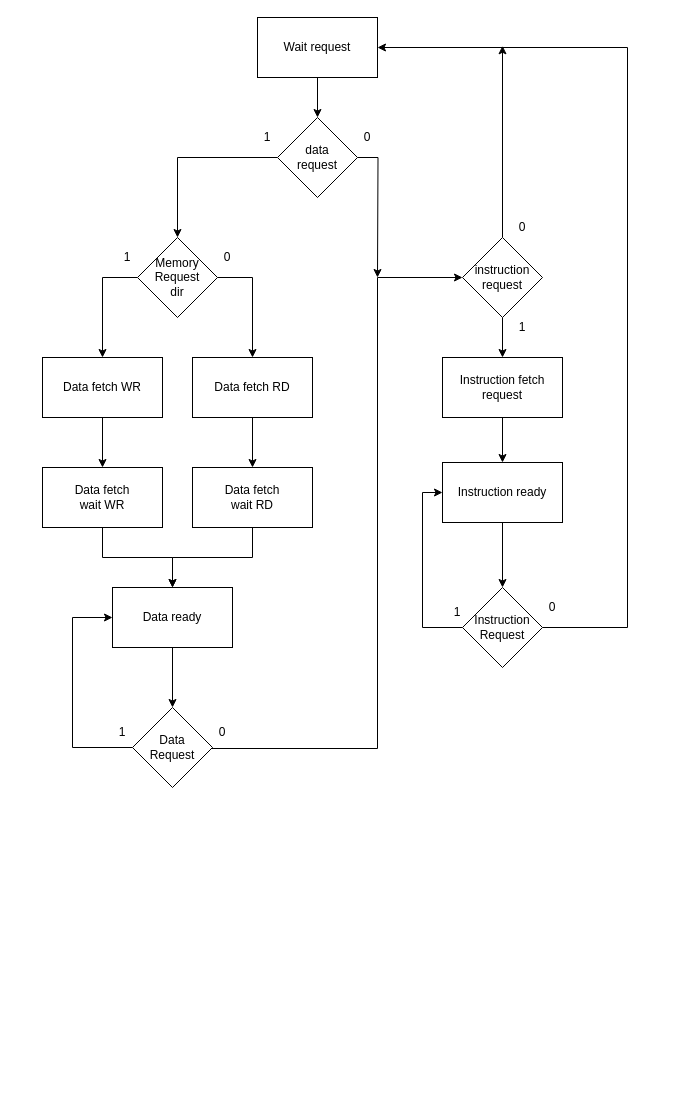
Above: diagrams/memory_manager.drawio in vittorio01/CustomCPU (draw.io), before the change. Source tidied: cells renumbered, new cells numbered last; positions are measured from the earlier drawing's top-left corner, leaving out a move shared by most shapes. Both pictures are drawn from the tidied source at 100%, with x=0, y=0 at pixel (42, 17).
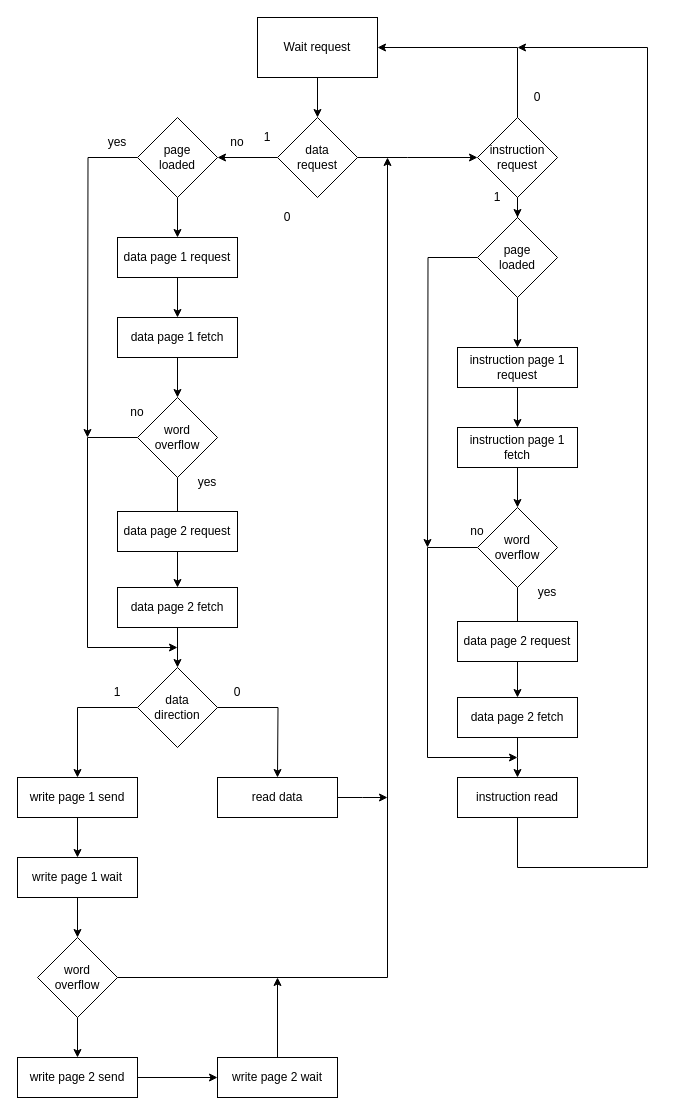
Above is the later version.

Unchanged cells that the change refers to:
```xml
<mxCell id="3" value="Wait request" style="rounded=0;whiteSpace=wrap;html=1;" parent="1" vertex="1">
  <mxGeometry x="215" width="120" height="60" as="geometry" />
</mxCell>
<mxCell id="6" value="&lt;div&gt;data&lt;/div&gt;&lt;div&gt;request&lt;/div&gt;" style="rhombus;whiteSpace=wrap;html=1;" parent="1" vertex="1">
  <mxGeometry x="235" y="100" width="80" height="80" as="geometry" />
</mxCell>
```

Diff of the diagram source:
```diff
@@
-    <mxCell id="4" style="edgeStyle=orthogonalEdgeStyle;rounded=0;jettySize=auto;html=1;" parent="1" edge="1" source="6" target="17">
-      <mxGeometry relative="1" as="geometry" />
-    </mxCell>
     <mxCell id="5" style="edgeStyle=orthogonalEdgeStyle;rounded=0;jettySize=auto;html=1;" parent="1" edge="1" source="6">
       <mxGeometry relative="1" as="geometry">
-        <mxPoint x="335" y="260" as="targetPoint" />
+        <mxPoint x="435" y="140" as="targetPoint" />
+        <Array as="points">
+          <mxPoint x="365" y="140" />
+          <mxPoint x="365" y="140" />
+        </Array>
       </mxGeometry>
     </mxCell>
+    <mxCell id="43" style="edgeStyle=orthogonalEdgeStyle;rounded=0;jettySize=auto;html=1;entryX=1;entryY=0.5;entryDx=0;entryDy=0;" parent="1" edge="1" source="6" target="92">
+      <mxGeometry relative="1" as="geometry" />
+    </mxCell>
@@
-    <mxCell id="7" style="edgeStyle=orthogonalEdgeStyle;rounded=0;jettySize=auto;html=1;" parent="1" edge="1" source="8" target="10">
-      <mxGeometry relative="1" as="geometry" />
-    </mxCell>
-    <mxCell id="8" value="&lt;div&gt;Instruction fetch&lt;/div&gt;&lt;div&gt;request&lt;br&gt;&lt;/div&gt;" style="rounded=0;whiteSpace=wrap;html=1;" parent="1" vertex="1">
-      <mxGeometry x="400" y="340" width="120" height="60" as="geometry" />
-    </mxCell>
-    <mxCell id="9" style="edgeStyle=orthogonalEdgeStyle;rounded=0;jettySize=auto;html=1;" parent="1" edge="1" source="10" target="13">
-      <mxGeometry relative="1" as="geometry" />
-    </mxCell>
-    <mxCell id="10" value="&lt;div&gt;Instruction ready&lt;br&gt;&lt;/div&gt;" style="whiteSpace=wrap;html=1;rounded=0;" parent="1" vertex="1">
-      <mxGeometry x="400" y="445" width="120" height="60" as="geometry" />
-    </mxCell>
-    <mxCell id="11" style="edgeStyle=orthogonalEdgeStyle;rounded=0;jettySize=auto;html=1;" parent="1" edge="1" source="13">
-      <mxGeometry relative="1" as="geometry">
-        <mxPoint x="400" y="475" as="targetPoint" />
-        <Array as="points">
-          <mxPoint x="380" y="610" />
-          <mxPoint x="380" y="475" />
-        </Array>
-      </mxGeometry>
-    </mxCell>
-    <mxCell id="12" style="edgeStyle=orthogonalEdgeStyle;rounded=0;jettySize=auto;html=1;" parent="1" edge="1" source="13">
-      <mxGeometry relative="1" as="geometry">
-        <mxPoint x="460" y="28.3" as="targetPoint" />
-        <Array as="points">
-          <mxPoint x="585" y="610" />
-          <mxPoint x="585" y="30" />
-          <mxPoint x="460" y="30" />
-        </Array>
-      </mxGeometry>
-    </mxCell>
-    <mxCell id="13" value="&lt;div&gt;Instruction&lt;/div&gt;&lt;div&gt;Request&lt;br&gt;&lt;/div&gt;" style="rhombus;whiteSpace=wrap;html=1;" parent="1" vertex="1">
-      <mxGeometry x="420" y="570" width="80" height="80" as="geometry" />
-    </mxCell>
-    <mxCell id="14" value="1" style="text;html=1;strokeColor=none;fillColor=none;align=center;verticalAlign=middle;whiteSpace=wrap;rounded=0;" parent="1" vertex="1">
-      <mxGeometry x="385" y="580" width="60" height="30" as="geometry" />
-    </mxCell>
-    <mxCell id="15" style="edgeStyle=orthogonalEdgeStyle;rounded=0;jettySize=auto;html=1;entryX=0.5;entryY=0;entryDx=0;entryDy=0;" parent="1" edge="1" source="17" target="19">
-      <mxGeometry relative="1" as="geometry">
-        <Array as="points">
-          <mxPoint x="60" y="260" />
-        </Array>
-      </mxGeometry>
-    </mxCell>
-    <mxCell id="16" style="edgeStyle=orthogonalEdgeStyle;rounded=0;jettySize=auto;html=1;" parent="1" edge="1" source="17" target="21">
-      <mxGeometry relative="1" as="geometry">
-        <Array as="points">
-          <mxPoint x="210" y="260" />
-        </Array>
-      </mxGeometry>
-    </mxCell>
-    <mxCell id="17" value="&lt;div&gt;Memory &lt;br&gt;&lt;/div&gt;&lt;div&gt;Request&lt;/div&gt;&lt;div&gt;dir&lt;br&gt;&lt;/div&gt;" style="rhombus;whiteSpace=wrap;html=1;" parent="1" vertex="1">
-      <mxGeometry x="95" y="220" width="80" height="80" as="geometry" />
-    </mxCell>
-    <mxCell id="18" style="edgeStyle=orthogonalEdgeStyle;rounded=0;jettySize=auto;html=1;" parent="1" edge="1" source="19" target="33">
-      <mxGeometry relative="1" as="geometry" />
-    </mxCell>
-    <mxCell id="19" value="Data fetch WR" style="rounded=0;whiteSpace=wrap;html=1;" parent="1" vertex="1">
-      <mxGeometry y="340" width="120" height="60" as="geometry" />
-    </mxCell>
-    <mxCell id="20" style="edgeStyle=orthogonalEdgeStyle;rounded=0;jettySize=auto;html=1;" parent="1" edge="1" source="21" target="35">
-      <mxGeometry relative="1" as="geometry" />
-    </mxCell>
-    <mxCell id="21" value="Data fetch RD" style="rounded=0;whiteSpace=wrap;html=1;" parent="1" vertex="1">
-      <mxGeometry x="150" y="340" width="120" height="60" as="geometry" />
-    </mxCell>
-    <mxCell id="22" style="edgeStyle=orthogonalEdgeStyle;rounded=0;jettySize=auto;html=1;entryX=0.5;entryY=0;entryDx=0;entryDy=0;" parent="1" edge="1" source="23" target="26">
-      <mxGeometry relative="1" as="geometry" />
-    </mxCell>
-    <mxCell id="23" value="Data ready" style="rounded=0;whiteSpace=wrap;html=1;" parent="1" vertex="1">
-      <mxGeometry x="70" y="570" width="120" height="60" as="geometry" />
-    </mxCell>
-    <mxCell id="24" style="edgeStyle=orthogonalEdgeStyle;rounded=0;jettySize=auto;html=1;entryX=0;entryY=0.5;entryDx=0;entryDy=0;" parent="1" edge="1" source="26" target="23">
-      <mxGeometry relative="1" as="geometry">
-        <Array as="points">
-          <mxPoint x="30" y="730" />
-          <mxPoint x="30" y="600" />
-        </Array>
-      </mxGeometry>
-    </mxCell>
-    <mxCell id="25" style="edgeStyle=orthogonalEdgeStyle;rounded=0;jettySize=auto;html=1;entryX=0;entryY=0.5;entryDx=0;entryDy=0;" parent="1" edge="1" target="31">
-      <mxGeometry relative="1" as="geometry">
-        <mxPoint x="110" y="730" as="sourcePoint" />
-        <Array as="points">
-          <mxPoint x="335" y="731" />
-          <mxPoint x="335" y="260" />
-        </Array>
-      </mxGeometry>
-    </mxCell>
-    <mxCell id="26" value="&lt;div&gt;Data&lt;/div&gt;&lt;div&gt;Request&lt;br&gt;&lt;/div&gt;" style="rhombus;whiteSpace=wrap;html=1;" parent="1" vertex="1">
-      <mxGeometry x="90" y="690" width="80" height="80" as="geometry" />
-    </mxCell>
-    <mxCell id="27" value="0" style="text;html=1;strokeColor=none;fillColor=none;align=center;verticalAlign=middle;whiteSpace=wrap;rounded=0;" parent="1" vertex="1">
-      <mxGeometry x="150" y="700" width="60" height="30" as="geometry" />
-    </mxCell>
-    <mxCell id="28" value="1" style="text;html=1;strokeColor=none;fillColor=none;align=center;verticalAlign=middle;whiteSpace=wrap;rounded=0;" parent="1" vertex="1">
-      <mxGeometry x="50" y="700" width="60" height="30" as="geometry" />
-    </mxCell>
-    <mxCell id="29" style="edgeStyle=orthogonalEdgeStyle;rounded=0;jettySize=auto;html=1;" parent="1" edge="1" source="31" target="8">
-      <mxGeometry relative="1" as="geometry" />
-    </mxCell>
     <mxCell id="30" style="edgeStyle=orthogonalEdgeStyle;rounded=0;jettySize=auto;html=1;" parent="1" edge="1" source="31" target="3">
       <mxGeometry relative="1" as="geometry">
         <Array as="points">
-          <mxPoint x="460" y="30" />
+          <mxPoint x="475" y="30" />
         </Array>
       </mxGeometry>
     </mxCell>
+    <mxCell id="44" style="edgeStyle=orthogonalEdgeStyle;rounded=0;jettySize=auto;html=1;exitX=0.5;exitY=1;exitDx=0;exitDy=0;" parent="1" edge="1" source="96" target="77">
+      <mxGeometry relative="1" as="geometry" />
+    </mxCell>
+    <mxCell id="45" style="edgeStyle=orthogonalEdgeStyle;rounded=0;jettySize=auto;html=1;" parent="1" edge="1" source="31" target="96">
+      <mxGeometry relative="1" as="geometry" />
+    </mxCell>
     <mxCell id="31" value="&lt;div&gt;instruction&lt;/div&gt;&lt;div&gt;request&lt;br&gt;&lt;/div&gt;" style="rhombus;whiteSpace=wrap;html=1;" parent="1" vertex="1">
-      <mxGeometry x="420" y="220" width="80" height="80" as="geometry" />
+      <mxGeometry x="435" y="100" width="80" height="80" as="geometry" />
     </mxCell>
-    <mxCell id="32" style="edgeStyle=orthogonalEdgeStyle;rounded=0;jettySize=auto;html=1;" parent="1" edge="1" source="33" target="23">
-      <mxGeometry relative="1" as="geometry" />
-    </mxCell>
-    <mxCell id="33" value="&lt;div&gt;Data fetch&lt;/div&gt;&lt;div&gt;wait WR&lt;br&gt;&lt;/div&gt;" style="rounded=0;whiteSpace=wrap;html=1;" parent="1" vertex="1">
-      <mxGeometry y="450" width="120" height="60" as="geometry" />
-    </mxCell>
-    <mxCell id="34" style="edgeStyle=orthogonalEdgeStyle;rounded=0;jettySize=auto;html=1;" parent="1" edge="1" source="35" target="23">
-      <mxGeometry relative="1" as="geometry" />
-    </mxCell>
-    <mxCell id="35" value="&lt;div&gt;Data fetch&lt;/div&gt;&lt;div&gt;wait RD&lt;br&gt;&lt;/div&gt;" style="rounded=0;whiteSpace=wrap;html=1;" parent="1" vertex="1">
-      <mxGeometry x="150" y="450" width="120" height="60" as="geometry" />
-    </mxCell>
@@
     <mxCell id="37" value="0" style="text;html=1;strokeColor=none;fillColor=none;align=center;verticalAlign=middle;whiteSpace=wrap;rounded=0;" parent="1" vertex="1">
-      <mxGeometry x="315" y="110" width="20" height="20" as="geometry" />
+      <mxGeometry x="235" y="190" width="20" height="20" as="geometry" />
     </mxCell>
-    <mxCell id="38" value="1" style="text;html=1;strokeColor=none;fillColor=none;align=center;verticalAlign=middle;whiteSpace=wrap;rounded=0;" parent="1" vertex="1">
-      <mxGeometry x="75" y="230" width="20" height="20" as="geometry" />
-    </mxCell>
-    <mxCell id="39" value="0" style="text;html=1;strokeColor=none;fillColor=none;align=center;verticalAlign=middle;whiteSpace=wrap;rounded=0;" parent="1" vertex="1">
-      <mxGeometry x="175" y="230" width="20" height="20" as="geometry" />
-    </mxCell>
     <mxCell id="40" value="0" style="text;html=1;strokeColor=none;fillColor=none;align=center;verticalAlign=middle;whiteSpace=wrap;rounded=0;" parent="1" vertex="1">
-      <mxGeometry x="470" y="200" width="20" height="20" as="geometry" />
+      <mxGeometry x="485" y="70" width="20" height="20" as="geometry" />
     </mxCell>
     <mxCell id="41" value="1" style="text;html=1;strokeColor=none;fillColor=none;align=center;verticalAlign=middle;whiteSpace=wrap;rounded=0;" parent="1" vertex="1">
-      <mxGeometry x="470" y="300" width="20" height="20" as="geometry" />
+      <mxGeometry x="445" y="170" width="20" height="20" as="geometry" />
     </mxCell>
-    <mxCell id="42" value="0" style="text;html=1;strokeColor=none;fillColor=none;align=center;verticalAlign=middle;whiteSpace=wrap;rounded=0;" parent="1" vertex="1">
-      <mxGeometry x="500" y="580" width="20" height="20" as="geometry" />
-    </mxCell>
+    <mxCell id="46" style="edgeStyle=orthogonalEdgeStyle;rounded=0;jettySize=auto;html=1;" parent="1" edge="1" source="47" target="49">
+      <mxGeometry relative="1" as="geometry" />
+    </mxCell>
+    <mxCell id="47" value="data page 1 request" style="rounded=0;whiteSpace=wrap;html=1;" parent="1" vertex="1">
+      <mxGeometry x="75" y="220" width="120" height="40" as="geometry" />
+    </mxCell>
+    <mxCell id="48" style="edgeStyle=orthogonalEdgeStyle;rounded=0;jettySize=auto;html=1;" parent="1" edge="1" source="49" target="52">
+      <mxGeometry relative="1" as="geometry" />
+    </mxCell>
+    <mxCell id="49" value="data page 1 fetch" style="rounded=0;whiteSpace=wrap;html=1;" parent="1" vertex="1">
+      <mxGeometry x="75" y="300" width="120" height="40" as="geometry" />
+    </mxCell>
+    <mxCell id="50" style="edgeStyle=orthogonalEdgeStyle;rounded=0;jettySize=auto;html=1;" parent="1" edge="1" source="52" target="55">
+      <mxGeometry relative="1" as="geometry" />
+    </mxCell>
+    <mxCell id="51" style="edgeStyle=orthogonalEdgeStyle;rounded=0;jettySize=auto;html=1;" parent="1" edge="1" source="52">
+      <mxGeometry relative="1" as="geometry">
+        <mxPoint x="135" y="630" as="targetPoint" />
+        <Array as="points">
+          <mxPoint x="45" y="420" />
+          <mxPoint x="45" y="630" />
+        </Array>
+      </mxGeometry>
+    </mxCell>
+    <mxCell id="52" value="&lt;div&gt;word&lt;/div&gt;&lt;div&gt;overflow&lt;br&gt;&lt;/div&gt;" style="rhombus;whiteSpace=wrap;html=1;" parent="1" vertex="1">
+      <mxGeometry x="95" y="380" width="80" height="80" as="geometry" />
+    </mxCell>
+    <mxCell id="53" value="data page 2 request" style="rounded=0;whiteSpace=wrap;html=1;" parent="1" vertex="1">
+      <mxGeometry x="75" y="494" width="120" height="40" as="geometry" />
+    </mxCell>
+    <mxCell id="54" style="edgeStyle=orthogonalEdgeStyle;rounded=0;jettySize=auto;html=1;" parent="1" edge="1" source="55" target="58">
+      <mxGeometry relative="1" as="geometry" />
+    </mxCell>
+    <mxCell id="55" value="data page 2 fetch" style="rounded=0;whiteSpace=wrap;html=1;" parent="1" vertex="1">
+      <mxGeometry x="75" y="570" width="120" height="40" as="geometry" />
+    </mxCell>
+    <mxCell id="56" style="edgeStyle=orthogonalEdgeStyle;rounded=0;jettySize=auto;html=1;" parent="1" edge="1" source="58">
+      <mxGeometry relative="1" as="geometry">
+        <mxPoint x="235" y="760" as="targetPoint" />
+      </mxGeometry>
+    </mxCell>
+    <mxCell id="57" style="edgeStyle=orthogonalEdgeStyle;rounded=0;jettySize=auto;html=1;entryX=0.5;entryY=0;entryDx=0;entryDy=0;entryPerimeter=0;" parent="1" edge="1" source="58" target="60">
+      <mxGeometry relative="1" as="geometry">
+        <Array as="points">
+          <mxPoint x="35" y="690" />
+        </Array>
+      </mxGeometry>
+    </mxCell>
+    <mxCell id="58" value="&lt;div&gt;data &lt;br&gt;&lt;/div&gt;&lt;div&gt;direction&lt;br&gt;&lt;/div&gt;" style="rhombus;whiteSpace=wrap;html=1;" parent="1" vertex="1">
+      <mxGeometry x="95" y="650" width="80" height="80" as="geometry" />
+    </mxCell>
+    <mxCell id="59" style="edgeStyle=orthogonalEdgeStyle;rounded=0;jettySize=auto;html=1;" parent="1" edge="1" source="60" target="68">
+      <mxGeometry relative="1" as="geometry" />
+    </mxCell>
+    <mxCell id="60" value="write page 1 send" style="rounded=0;whiteSpace=wrap;html=1;" parent="1" vertex="1">
+      <mxGeometry x="-25" y="760" width="120" height="40" as="geometry" />
+    </mxCell>
+    <mxCell id="61" style="edgeStyle=orthogonalEdgeStyle;rounded=0;jettySize=auto;html=1;" parent="1" edge="1" source="62">
+      <mxGeometry relative="1" as="geometry">
+        <mxPoint x="345" y="780" as="targetPoint" />
+      </mxGeometry>
+    </mxCell>
+    <mxCell id="62" value="read data" style="rounded=0;whiteSpace=wrap;html=1;" parent="1" vertex="1">
+      <mxGeometry x="175" y="760" width="120" height="40" as="geometry" />
+    </mxCell>
+    <mxCell id="63" value="yes" style="text;html=1;strokeColor=none;fillColor=none;align=center;verticalAlign=middle;whiteSpace=wrap;rounded=0;" parent="1" vertex="1">
+      <mxGeometry x="135" y="450" width="60" height="30" as="geometry" />
+    </mxCell>
+    <mxCell id="64" value="no" style="text;html=1;strokeColor=none;fillColor=none;align=center;verticalAlign=middle;whiteSpace=wrap;rounded=0;" parent="1" vertex="1">
+      <mxGeometry x="65" y="380" width="60" height="30" as="geometry" />
+    </mxCell>
+    <mxCell id="65" value="1" style="text;html=1;strokeColor=none;fillColor=none;align=center;verticalAlign=middle;whiteSpace=wrap;rounded=0;" parent="1" vertex="1">
+      <mxGeometry x="45" y="660" width="60" height="30" as="geometry" />
+    </mxCell>
+    <mxCell id="66" value="0" style="text;html=1;strokeColor=none;fillColor=none;align=center;verticalAlign=middle;whiteSpace=wrap;rounded=0;" parent="1" vertex="1">
+      <mxGeometry x="165" y="660" width="60" height="30" as="geometry" />
+    </mxCell>
+    <mxCell id="67" style="edgeStyle=orthogonalEdgeStyle;rounded=0;jettySize=auto;html=1;" parent="1" edge="1" source="68" target="71">
+      <mxGeometry relative="1" as="geometry" />
+    </mxCell>
+    <mxCell id="68" value="write page 1 wait" style="rounded=0;whiteSpace=wrap;html=1;" parent="1" vertex="1">
+      <mxGeometry x="-25" y="840" width="120" height="40" as="geometry" />
+    </mxCell>
+    <mxCell id="69" style="edgeStyle=orthogonalEdgeStyle;rounded=0;jettySize=auto;html=1;" parent="1" edge="1" source="71" target="73">
+      <mxGeometry relative="1" as="geometry" />
+    </mxCell>
+    <mxCell id="70" style="edgeStyle=orthogonalEdgeStyle;rounded=0;jettySize=auto;html=1;" parent="1" edge="1" source="71">
+      <mxGeometry relative="1" as="geometry">
+        <mxPoint x="345" y="140" as="targetPoint" />
+        <Array as="points">
+          <mxPoint x="345" y="960" />
+        </Array>
+      </mxGeometry>
+    </mxCell>
+    <mxCell id="71" value="&lt;div&gt;word &lt;br&gt;&lt;/div&gt;&lt;div&gt;overflow&lt;br&gt;&lt;/div&gt;" style="rhombus;whiteSpace=wrap;html=1;" parent="1" vertex="1">
+      <mxGeometry x="-5" y="920" width="80" height="80" as="geometry" />
+    </mxCell>
+    <mxCell id="72" style="edgeStyle=orthogonalEdgeStyle;rounded=0;jettySize=auto;html=1;" parent="1" edge="1" source="73" target="75">
+      <mxGeometry relative="1" as="geometry" />
+    </mxCell>
+    <mxCell id="73" value="write page 2 send" style="rounded=0;whiteSpace=wrap;html=1;" parent="1" vertex="1">
+      <mxGeometry x="-25" y="1040" width="120" height="40" as="geometry" />
+    </mxCell>
+    <mxCell id="74" style="edgeStyle=orthogonalEdgeStyle;rounded=0;jettySize=auto;html=1;" parent="1" edge="1" source="75">
+      <mxGeometry relative="1" as="geometry">
+        <mxPoint x="235" y="960" as="targetPoint" />
+      </mxGeometry>
+    </mxCell>
+    <mxCell id="75" value="write page 2 wait" style="rounded=0;whiteSpace=wrap;html=1;" parent="1" vertex="1">
+      <mxGeometry x="175" y="1040" width="120" height="40" as="geometry" />
+    </mxCell>
+    <mxCell id="76" style="edgeStyle=orthogonalEdgeStyle;rounded=0;jettySize=auto;html=1;" parent="1" edge="1" source="77" target="79">
+      <mxGeometry relative="1" as="geometry" />
+    </mxCell>
+    <mxCell id="77" value="instruction page 1 request" style="rounded=0;whiteSpace=wrap;html=1;" parent="1" vertex="1">
+      <mxGeometry x="415" y="330" width="120" height="40" as="geometry" />
+    </mxCell>
+    <mxCell id="78" style="edgeStyle=orthogonalEdgeStyle;rounded=0;jettySize=auto;html=1;" parent="1" edge="1" source="79" target="82">
+      <mxGeometry relative="1" as="geometry" />
+    </mxCell>
+    <mxCell id="79" value="instruction page 1 fetch" style="rounded=0;whiteSpace=wrap;html=1;" parent="1" vertex="1">
+      <mxGeometry x="415" y="410" width="120" height="40" as="geometry" />
+    </mxCell>
+    <mxCell id="80" style="edgeStyle=orthogonalEdgeStyle;rounded=0;jettySize=auto;html=1;" parent="1" edge="1" source="82" target="85">
+      <mxGeometry relative="1" as="geometry" />
+    </mxCell>
+    <mxCell id="81" style="edgeStyle=orthogonalEdgeStyle;rounded=0;jettySize=auto;html=1;" parent="1" edge="1" source="82">
+      <mxGeometry relative="1" as="geometry">
+        <mxPoint x="475" y="740" as="targetPoint" />
+        <Array as="points">
+          <mxPoint x="385" y="530" />
+          <mxPoint x="385" y="740" />
+        </Array>
+      </mxGeometry>
+    </mxCell>
+    <mxCell id="82" value="&lt;div&gt;word&lt;/div&gt;&lt;div&gt;overflow&lt;br&gt;&lt;/div&gt;" style="rhombus;whiteSpace=wrap;html=1;" parent="1" vertex="1">
+      <mxGeometry x="435" y="490" width="80" height="80" as="geometry" />
+    </mxCell>
+    <mxCell id="83" value="data page 2 request" style="rounded=0;whiteSpace=wrap;html=1;" parent="1" vertex="1">
+      <mxGeometry x="415" y="604" width="120" height="40" as="geometry" />
+    </mxCell>
+    <mxCell id="84" style="edgeStyle=orthogonalEdgeStyle;rounded=0;jettySize=auto;html=1;" parent="1" edge="1" source="85">
+      <mxGeometry relative="1" as="geometry">
+        <mxPoint x="475" y="760" as="targetPoint" />
+      </mxGeometry>
+    </mxCell>
+    <mxCell id="85" value="data page 2 fetch" style="rounded=0;whiteSpace=wrap;html=1;" parent="1" vertex="1">
+      <mxGeometry x="415" y="680" width="120" height="40" as="geometry" />
+    </mxCell>
+    <mxCell id="86" value="yes" style="text;html=1;strokeColor=none;fillColor=none;align=center;verticalAlign=middle;whiteSpace=wrap;rounded=0;" parent="1" vertex="1">
+      <mxGeometry x="475" y="560" width="60" height="30" as="geometry" />
+    </mxCell>
+    <mxCell id="87" value="no" style="text;html=1;strokeColor=none;fillColor=none;align=center;verticalAlign=middle;whiteSpace=wrap;rounded=0;" parent="1" vertex="1">
+      <mxGeometry x="405" y="499" width="60" height="30" as="geometry" />
+    </mxCell>
+    <mxCell id="88" style="edgeStyle=orthogonalEdgeStyle;rounded=0;jettySize=auto;html=1;" parent="1" edge="1" source="89">
+      <mxGeometry relative="1" as="geometry">
+        <mxPoint x="475" y="30" as="targetPoint" />
+        <Array as="points">
+          <mxPoint x="605" y="850" />
+          <mxPoint x="605" y="30" />
+        </Array>
+      </mxGeometry>
+    </mxCell>
+    <mxCell id="89" value="instruction read" style="rounded=0;whiteSpace=wrap;html=1;" parent="1" vertex="1">
+      <mxGeometry x="415" y="760" width="120" height="40" as="geometry" />
+    </mxCell>
+    <mxCell id="90" style="edgeStyle=orthogonalEdgeStyle;rounded=0;jettySize=auto;html=1;" parent="1" edge="1" source="92" target="47">
+      <mxGeometry relative="1" as="geometry" />
+    </mxCell>
+    <mxCell id="91" style="edgeStyle=orthogonalEdgeStyle;rounded=0;jettySize=auto;html=1;" parent="1" edge="1" source="92">
+      <mxGeometry relative="1" as="geometry">
+        <mxPoint x="45" y="420" as="targetPoint" />
+      </mxGeometry>
+    </mxCell>
+    <mxCell id="92" value="&lt;div&gt;page&lt;/div&gt;&lt;div&gt;loaded&lt;br&gt;&lt;/div&gt;" style="rhombus;whiteSpace=wrap;html=1;" parent="1" vertex="1">
+      <mxGeometry x="95" y="100" width="80" height="80" as="geometry" />
+    </mxCell>
+    <mxCell id="93" value="yes" style="text;html=1;strokeColor=none;fillColor=none;align=center;verticalAlign=middle;whiteSpace=wrap;rounded=0;" parent="1" vertex="1">
+      <mxGeometry x="45" y="110" width="60" height="30" as="geometry" />
+    </mxCell>
+    <mxCell id="94" value="no" style="text;html=1;strokeColor=none;fillColor=none;align=center;verticalAlign=middle;whiteSpace=wrap;rounded=0;" parent="1" vertex="1">
+      <mxGeometry x="165" y="110" width="60" height="30" as="geometry" />
+    </mxCell>
+    <mxCell id="95" style="edgeStyle=orthogonalEdgeStyle;rounded=0;jettySize=auto;html=1;" parent="1" edge="1" source="96">
+      <mxGeometry relative="1" as="geometry">
+        <mxPoint x="385" y="530" as="targetPoint" />
+      </mxGeometry>
+    </mxCell>
+    <mxCell id="96" value="&lt;div&gt;page&lt;/div&gt;&lt;div&gt;loaded&lt;br&gt;&lt;/div&gt;" style="rhombus;whiteSpace=wrap;html=1;" parent="1" vertex="1">
+      <mxGeometry x="435" y="200" width="80" height="80" as="geometry" />
+    </mxCell>
```
